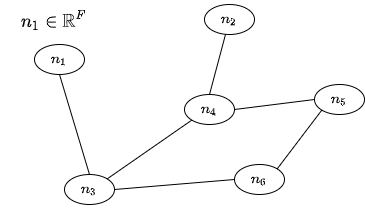
Earlier version of the draw.io export documentation/ThesisPresentation/Figures/graph.drawio.png (cedricmendelin/master-thesis). Source tidied: cells renumbered, new cells last; positions are measured from the earlier drawing's top-left corner, leaving out a move shared by most shapes.
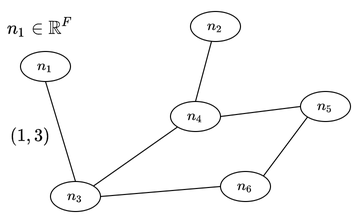
Above is the later version.

Diff of the diagram source:
```diff
@@ -41,5 +41,8 @@
     <mxCell id="14" value="$$n_1 \in \mathbb{R}^F$$" style="text;html=1;strokeColor=none;fillColor=none;align=center;verticalAlign=middle;whiteSpace=wrap;rounded=0;fontSize=15;fontColor=#000000;" parent="1" vertex="1">
       <mxGeometry width="60" height="30" as="geometry" />
     </mxCell>
+    <mxCell id="15" value="$$(1,3)$$" style="text;html=1;strokeColor=none;fillColor=none;align=center;verticalAlign=middle;whiteSpace=wrap;rounded=0;fontSize=15;fontColor=#000000;" parent="1" vertex="1">
+      <mxGeometry x="-10" y="110" width="60" height="30" as="geometry" />
+    </mxCell>
   </root>
 </mxGraphModel>
```
